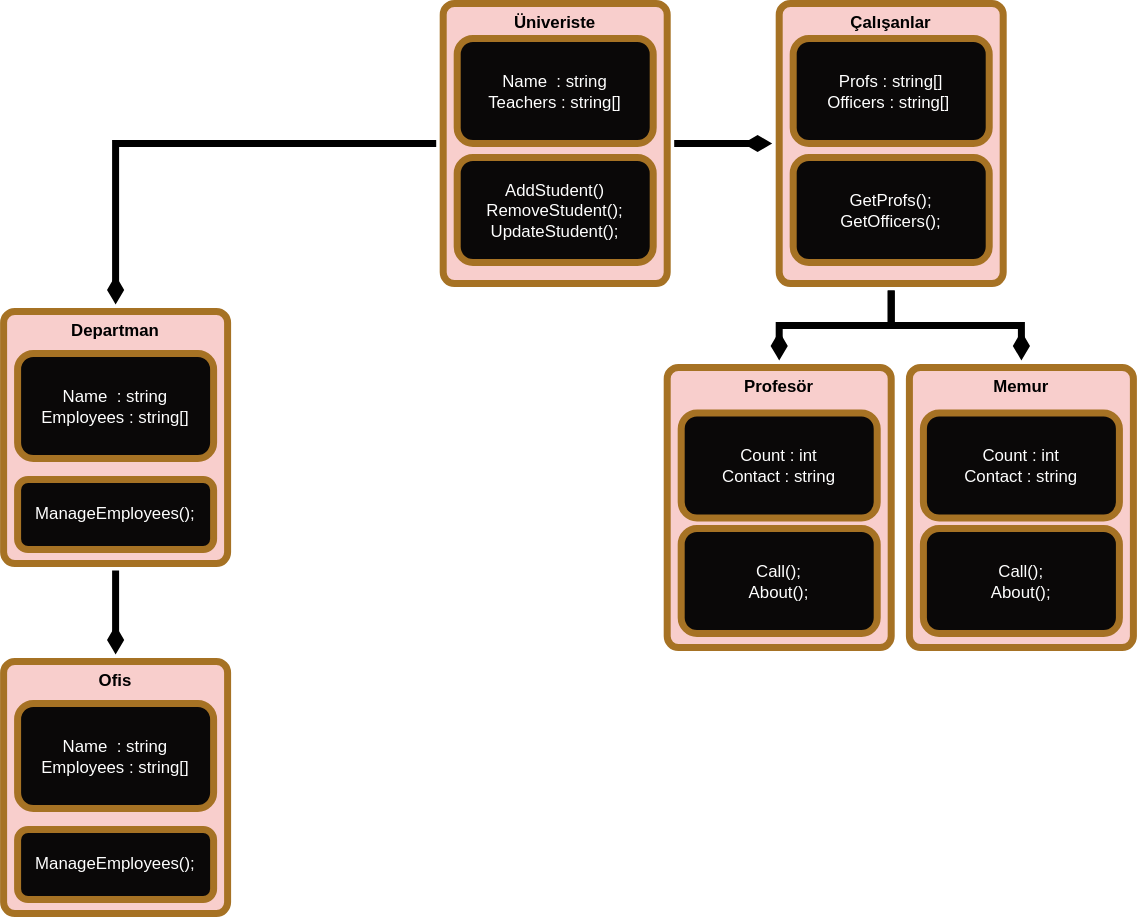
Above: Java-OOP/Üniversite Yönetim Sistemi-PatikaDev.drawio.svg in REFUPANKER/PatikaDevFiles (draw.io), before the change. Source tidied: cells renumbered, new cells last; positions are measured from the earlier drawing's top-left corner, leaving out a move shared by most shapes.
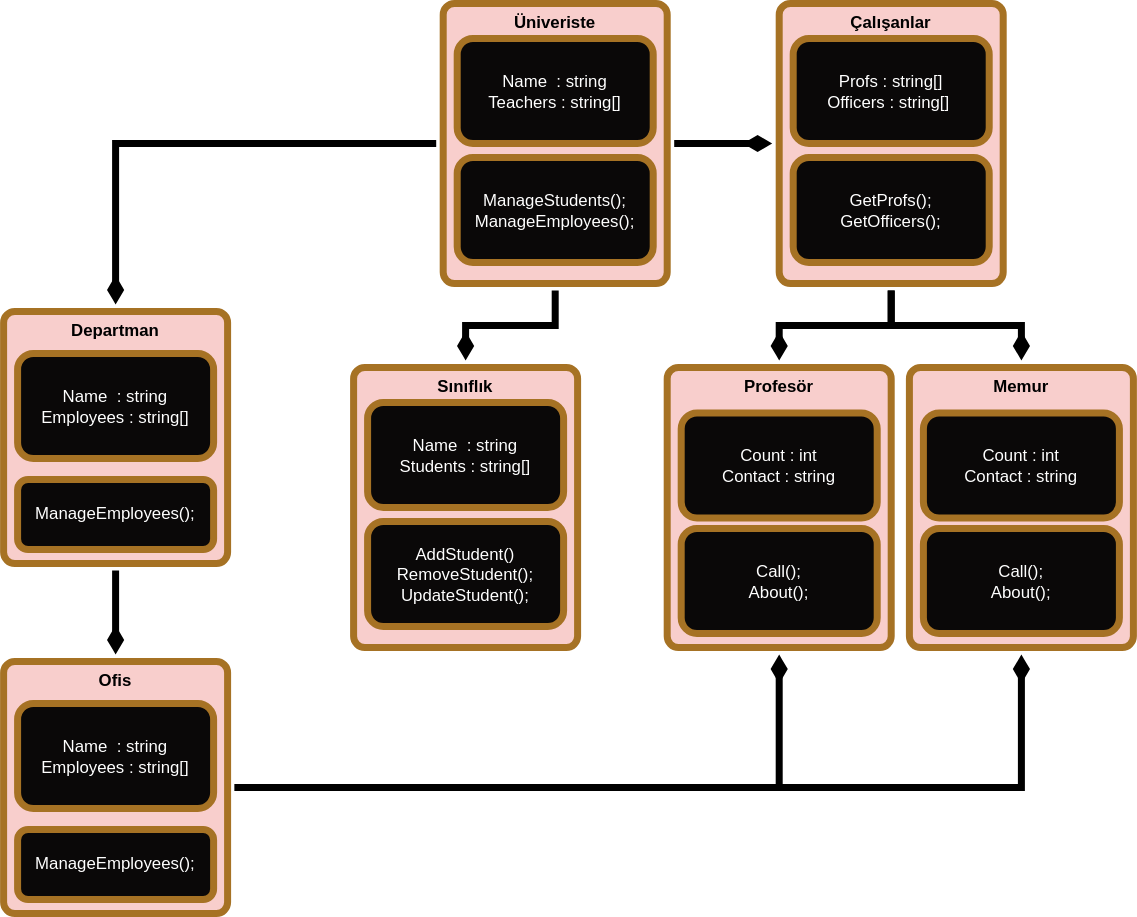
After the commit.

Diff of the diagram source:
```diff
@@ -8,13 +8,16 @@
     <mxCell id="3" style="edgeStyle=orthogonalEdgeStyle;rounded=0;jettySize=auto;html=1;strokeWidth=5;fontSize=12;fontColor=#FFFFFF;endArrow=diamondThin;endFill=1;" parent="1" edge="1" source="4" target="16">
       <mxGeometry relative="1" as="geometry" />
     </mxCell>
+    <mxCell id="25" style="edgeStyle=orthogonalEdgeStyle;rounded=0;jettySize=auto;html=1;exitX=0.5;exitY=1;exitDx=0;exitDy=0;strokeWidth=5;fontSize=12;fontColor=#FFFFFF;endArrow=diamondThin;endFill=1;" parent="1" edge="1" source="4" target="28">
+      <mxGeometry relative="1" as="geometry" />
+    </mxCell>
     <mxCell id="4" value="Üniveriste" style="rounded=1;whiteSpace=wrap;html=1;fillColor=#f8cecc;strokeColor=#A67224;strokeWidth=5;perimeterSpacing=5;arcSize=5;verticalAlign=top;fontStyle=1;" parent="1" vertex="1">
       <mxGeometry x="314" width="160" height="200" as="geometry" />
     </mxCell>
     <mxCell id="5" value="Name&amp;nbsp; : string&lt;br&gt;Teachers : string[]&lt;br&gt;" style="rounded=1;whiteSpace=wrap;html=1;strokeColor=#A67224;strokeWidth=5;fillColor=#0A0808;fontColor=#FFFFFF;align=center;" parent="1" vertex="1">
       <mxGeometry x="324" y="25" width="140" height="75" as="geometry" />
     </mxCell>
-    <mxCell id="6" value="AddStudent()&lt;br&gt;RemoveStudent();&lt;br&gt;UpdateStudent();" style="rounded=1;whiteSpace=wrap;html=1;strokeColor=#A67224;strokeWidth=5;fillColor=#0A0808;fontColor=#FFFFFF;align=center;" parent="1" vertex="1">
+    <mxCell id="6" value="ManageStudents();&lt;br&gt;ManageEmployees();" style="rounded=1;whiteSpace=wrap;html=1;strokeColor=#A67224;strokeWidth=5;fillColor=#0A0808;fontColor=#FFFFFF;align=center;" parent="1" vertex="1">
       <mxGeometry x="324" y="110" width="140" height="75" as="geometry" />
     </mxCell>
     <mxCell id="7" style="edgeStyle=orthogonalEdgeStyle;rounded=0;jettySize=auto;html=1;exitX=0.5;exitY=1;exitDx=0;exitDy=0;entryX=0.5;entryY=0;entryDx=0;entryDy=0;strokeWidth=5;fontSize=12;fontColor=#FFFFFF;endArrow=diamondThin;endFill=1;" parent="1" edge="1" source="8" target="11">
@@ -29,6 +32,12 @@
     <mxCell id="10" value="&lt;font style=&quot;font-size: 12px;&quot;&gt;ManageEmployees();&lt;br&gt;&lt;/font&gt;" style="rounded=1;whiteSpace=wrap;html=1;strokeColor=#A67224;strokeWidth=5;fillColor=#0A0808;fontColor=#FFFFFF;align=center;" parent="1" vertex="1">
       <mxGeometry x="10" y="340" width="140" height="50" as="geometry" />
     </mxCell>
+    <mxCell id="26" style="edgeStyle=orthogonalEdgeStyle;rounded=0;jettySize=auto;html=1;entryX=0.5;entryY=1;entryDx=0;entryDy=0;strokeWidth=5;fontSize=12;fontColor=#FFFFFF;endArrow=diamondThin;endFill=1;" parent="1" edge="1" source="11" target="19">
+      <mxGeometry relative="1" as="geometry" />
+    </mxCell>
+    <mxCell id="27" style="edgeStyle=orthogonalEdgeStyle;rounded=0;jettySize=auto;html=1;exitX=1;exitY=0.5;exitDx=0;exitDy=0;entryX=0.5;entryY=1;entryDx=0;entryDy=0;strokeWidth=5;fontSize=12;fontColor=#FFFFFF;endArrow=diamondThin;endFill=1;" parent="1" edge="1" source="11" target="22">
+      <mxGeometry relative="1" as="geometry" />
+    </mxCell>
     <mxCell id="11" value="Ofis" style="rounded=1;whiteSpace=wrap;html=1;fillColor=#f8cecc;strokeColor=#A67224;strokeWidth=5;perimeterSpacing=5;arcSize=5;verticalAlign=top;fontStyle=1;" parent="1" vertex="1">
       <mxGeometry y="470" width="160" height="180" as="geometry" />
     </mxCell>
@@ -71,5 +80,14 @@
     <mxCell id="24" value="Call();&lt;br&gt;About();" style="rounded=1;whiteSpace=wrap;html=1;strokeColor=#A67224;strokeWidth=5;fillColor=#0A0808;fontColor=#FFFFFF;align=center;" parent="1" vertex="1">
       <mxGeometry x="657" y="375" width="140" height="75" as="geometry" />
     </mxCell>
+    <mxCell id="28" value="Sınıflık" style="rounded=1;whiteSpace=wrap;html=1;fillColor=#f8cecc;strokeColor=#A67224;strokeWidth=5;perimeterSpacing=5;arcSize=5;verticalAlign=top;fontStyle=1;" parent="1" vertex="1">
+      <mxGeometry x="250" y="260" width="160" height="200" as="geometry" />
+    </mxCell>
+    <mxCell id="29" value="Name&amp;nbsp; : string&lt;br&gt;Students : string[]" style="rounded=1;whiteSpace=wrap;html=1;strokeColor=#A67224;strokeWidth=5;fillColor=#0A0808;fontColor=#FFFFFF;align=center;" parent="1" vertex="1">
+      <mxGeometry x="260" y="285" width="140" height="75" as="geometry" />
+    </mxCell>
+    <mxCell id="30" value="AddStudent()&lt;br&gt;RemoveStudent();&lt;br&gt;UpdateStudent();" style="rounded=1;whiteSpace=wrap;html=1;strokeColor=#A67224;strokeWidth=5;fillColor=#0A0808;fontColor=#FFFFFF;align=center;" parent="1" vertex="1">
+      <mxGeometry x="260" y="370" width="140" height="75" as="geometry" />
+    </mxCell>
   </root>
 </mxGraphModel>
```
